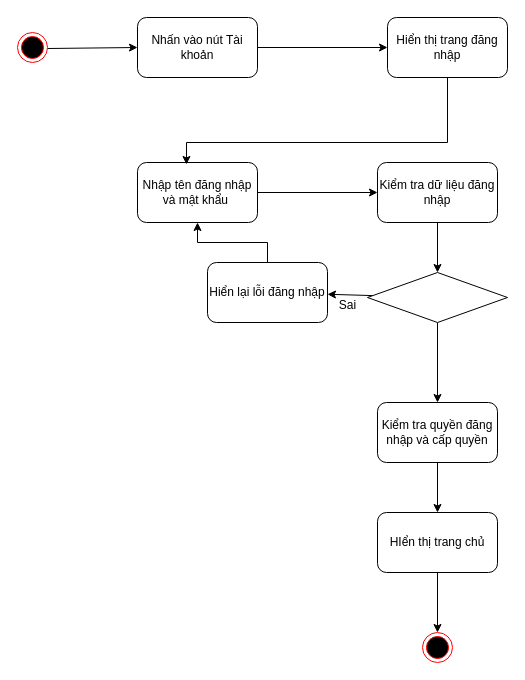
The draw.io diagram page "Activity Đăng nhập" (3 of 22) of Biểu đồ không có tiêu đề.drawio in anhduy7723/api_auth, before the edit. Source tidied: cells renumbered, new cells numbered last; positions are measured from the earlier drawing's top-left corner, leaving out a move shared by most shapes. Both pictures are drawn from the tidied source at 100%, with x=0, y=0 at pixel (17, 17).
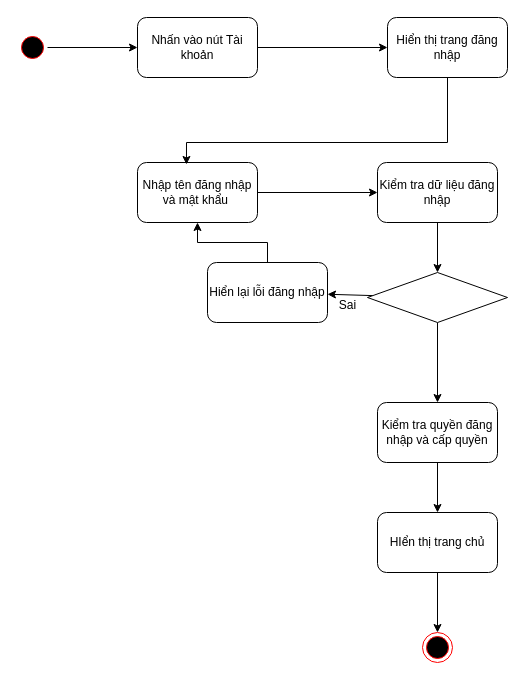
Above is the later version.

The change refers to these unchanged cells:
```xml
<mxCell id="5" value="Nhấn vào nút Tài khoản" style="rounded=1;whiteSpace=wrap;html=1;" parent="1" vertex="1">
  <mxGeometry x="120" width="120" height="60" as="geometry" />
</mxCell>
```

What changed in the source:
```diff
@@
-    <mxCell id="2" style="edgeStyle=none;rounded=0;jettySize=auto;html=1;entryX=0;entryY=0.5;entryDx=0;entryDy=0;" parent="1" edge="1" source="3" target="5">
-      <mxGeometry relative="1" as="geometry" />
+    <mxCell id="2" style="edgeStyle=none;rounded=0;jettySize=auto;html=1;entryX=0;entryY=0.5;entryDx=0;entryDy=0;" parent="1" edge="1" target="5">
+      <mxGeometry relative="1" as="geometry">
+        <mxPoint x="30" y="30" as="sourcePoint" />
+      </mxGeometry>
     </mxCell>
-    <mxCell id="3" style="ellipse;html=1;shape=endState;fillColor=#000000;strokeColor=#ff0000;" parent="1" vertex="1">
-      <mxGeometry y="15" width="30" height="30" as="geometry" />
-    </mxCell>
@@
+    <mxCell id="23" style="ellipse;html=1;shape=startState;fillColor=#000000;strokeColor=#ff0000;" parent="1" vertex="1">
+      <mxGeometry y="15" width="30" height="30" as="geometry" />
+    </mxCell>
```
